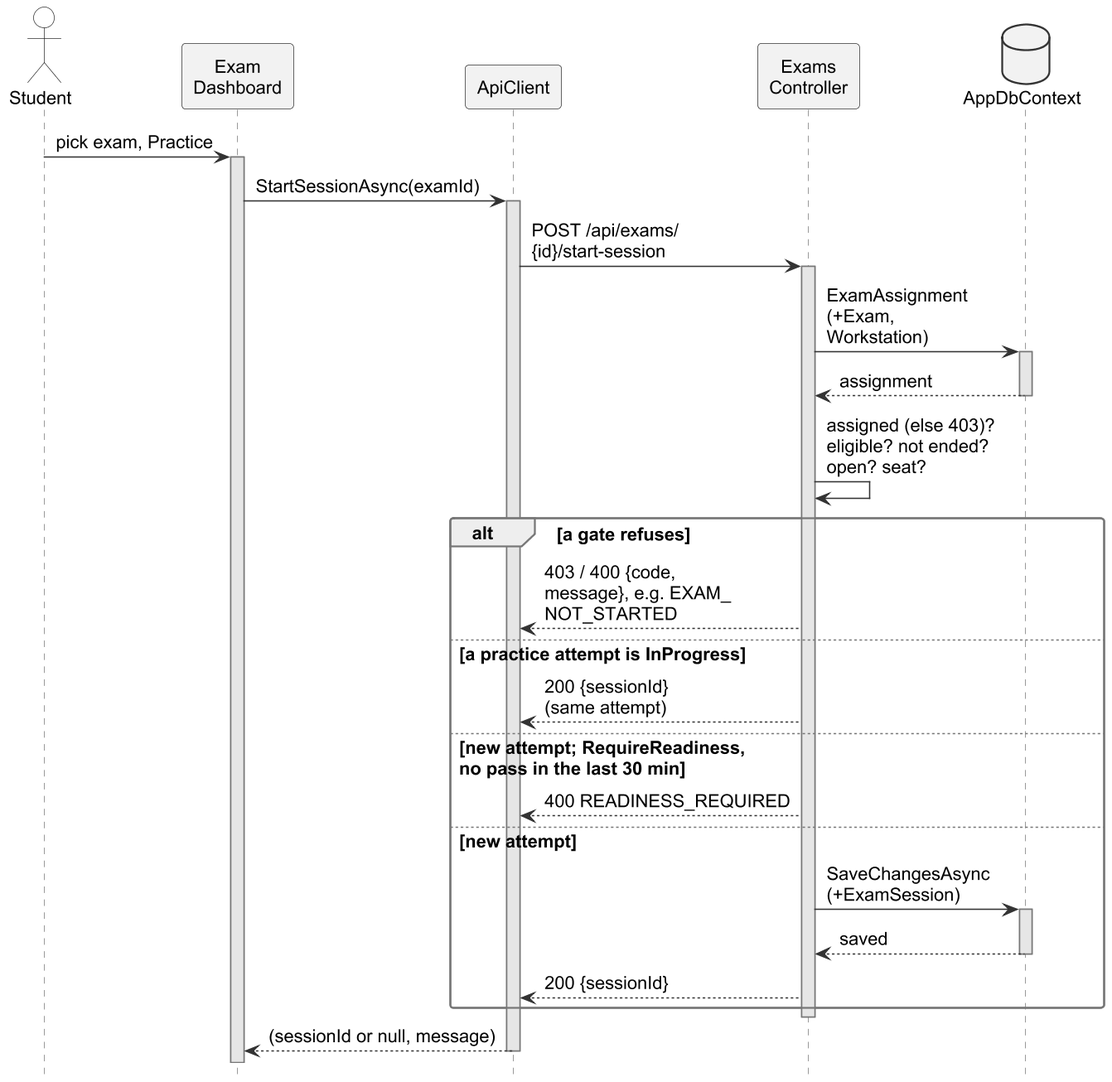
Haiderali27-hub/AI-Lab-Monitoring- keeps this PlantUML diagram as important docs/fyp_doc_3chatp/Figures/seq_readiness_b.png. Above is the earlier version. Its diagram source:
```plantuml
@startuml
!include style.iuml
skinparam defaultFontSize 14
skinparam ArrowFontSize 14
hide footbox
hide unlinked
skinparam ParticipantPadding 2
skinparam BoxPadding 0
skinparam maxMessageSize 200
skinparam sequence {
  MessageAlign left
  LifeLineBackgroundColor #E6E6E6
}

actor Student
participant "Exam\nDashboard" as UI
participant "Exam\nWindow" as EW
participant "Dashboard\nViewModel" as VM
participant "ApiClient" as API
participant "Exams\nController" as EC
database "AppDbContext" as DB
Student -> UI : pick exam, Practice
activate UI
UI -> API : StartSessionAsync(examId)
activate API
API -> EC : POST /api/exams/\n{id}/start-session
activate EC
EC -> DB : ExamAssignment\n(+Exam,\nWorkstation)
activate DB
DB --> EC : assignment
deactivate DB
EC -> EC : assigned (else 403)?\neligible? not ended?\nopen? seat?
alt a gate refuses
  EC --> API : 403 / 400 {code,\nmessage}, e.g. EXAM_\nNOT_STARTED
else a practice attempt is InProgress
  EC --> API : 200 {sessionId}\n(same attempt)
else new attempt; RequireReadiness,\nno pass in the last 30 min
  EC --> API : 400 READINESS_REQUIRED
else new attempt
  EC -> DB : SaveChangesAsync\n(+ExamSession)
  activate DB
  DB --> EC : saved
  deactivate DB
  EC --> API : 200 {sessionId}
end
deactivate EC
API --> UI : (sessionId or null, message)
deactivate API
@enduml
```
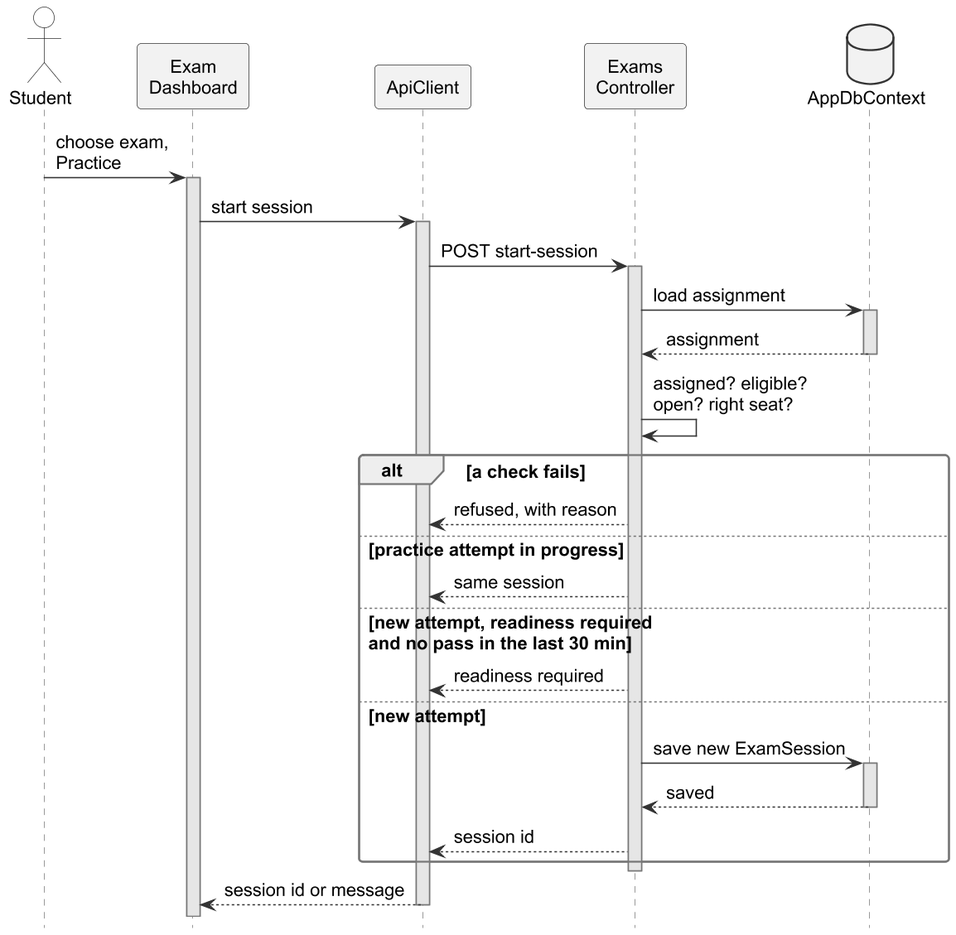
Above is the later version.

The edit, as a diff of the source:
```diff
@@ -6,7 +6,6 @@
 hide unlinked
 skinparam ParticipantPadding 2
 skinparam BoxPadding 0
-skinparam maxMessageSize 200
 skinparam sequence {
   MessageAlign left
   LifeLineBackgroundColor #E6E6E6
@@ -14,36 +13,34 @@
 
 actor Student
 participant "Exam\nDashboard" as UI
-participant "Exam\nWindow" as EW
-participant "Dashboard\nViewModel" as VM
 participant "ApiClient" as API
 participant "Exams\nController" as EC
 database "AppDbContext" as DB
-Student -> UI : pick exam, Practice
+Student -> UI : choose exam,\nPractice
 activate UI
-UI -> API : StartSessionAsync(examId)
+UI -> API : start session
 activate API
-API -> EC : POST /api/exams/\n{id}/start-session
+API -> EC : POST start-session
 activate EC
-EC -> DB : ExamAssignment\n(+Exam,\nWorkstation)
+EC -> DB : load assignment
 activate DB
 DB --> EC : assignment
 deactivate DB
-EC -> EC : assigned (else 403)?\neligible? not ended?\nopen? seat?
-alt a gate refuses
-  EC --> API : 403 / 400 {code,\nmessage}, e.g. EXAM_\nNOT_STARTED
-else a practice attempt is InProgress
-  EC --> API : 200 {sessionId}\n(same attempt)
-else new attempt; RequireReadiness,\nno pass in the last 30 min
-  EC --> API : 400 READINESS_REQUIRED
+EC -> EC : assigned? eligible?\nopen? right seat?
+alt a check fails
+  EC --> API : refused, with reason
+else practice attempt in progress
+  EC --> API : same session
+else new attempt, readiness required\nand no pass in the last 30 min
+  EC --> API : readiness required
 else new attempt
-  EC -> DB : SaveChangesAsync\n(+ExamSession)
+  EC -> DB : save new ExamSession
   activate DB
   DB --> EC : saved
   deactivate DB
-  EC --> API : 200 {sessionId}
+  EC --> API : session id
 end
 deactivate EC
-API --> UI : (sessionId or null, message)
+API --> UI : session id or message
 deactivate API
 @enduml
```
